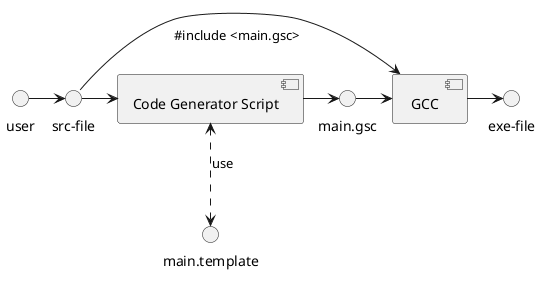
Earlier version of the PlantUML export images/codeGenDiagram.png (catinella/minute).
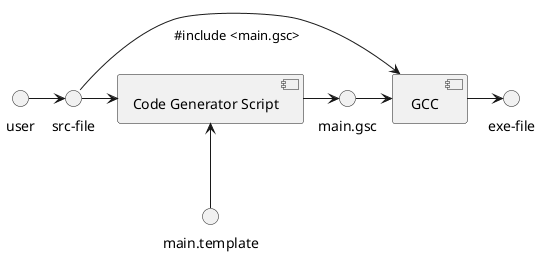
The same diagram one commit later.

Commit message:
wrong arrow fixed

What changed in the source:
```diff
@@ -1,11 +1,11 @@
 @startuml
 skinparam style strictuml
 
-user                    --r---> "src-file"
-"src-file"              --r---> [Code Generator Script]
-[Code Generator Script] <.down.> "main.template": use
-[Code Generator Script] --r---> "main.gsc"
-"main.gsc"              --r---> [ GCC ]
-"src-file"              --r---> [ GCC ] : "\n#include <main.gsc>"
-[ GCC ]                 --r---> "exe-file"
+user                    --r--> "src-file"
+"src-file"              --r--> [Code Generator Script]
+[Code Generator Script] <-d- "main.template"
+[Code Generator Script] --r--> "main.gsc"
+"main.gsc"              --r--> [ GCC ]
+"src-file"              --r--> [ GCC ] : "\n#include <main.gsc>"
+[ GCC ]                 --r--> "exe-file"
 @enduml
```
